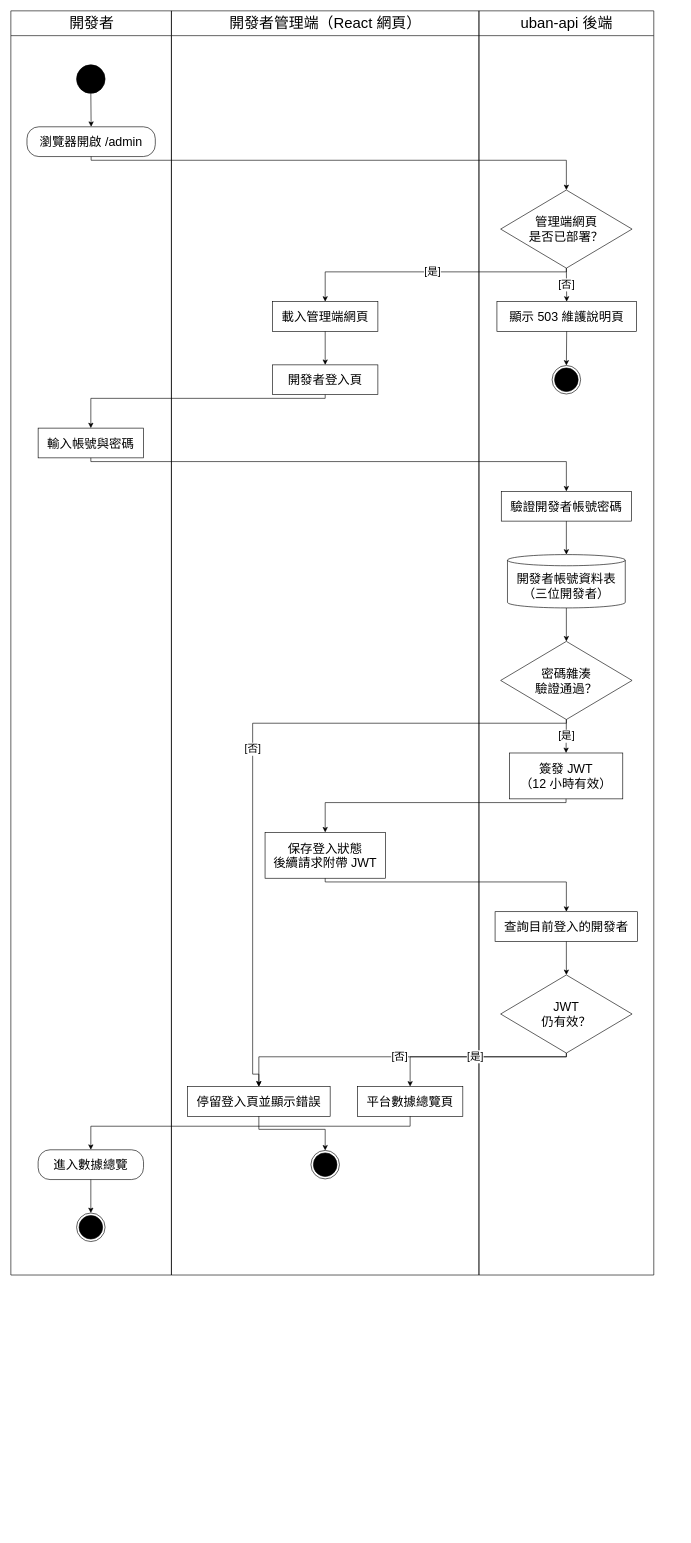
Earlier version of the draw.io diagram Uban System Documents/drawio圖/A23-開發者登入.drawio (HuangYu-Kai/Uban). Source tidied: cells renumbered, new cells numbered last; positions are measured from the earlier drawing's top-left corner, leaving out a move shared by most shapes. Both pictures are drawn from the tidied source at 62%, with x=0, y=0 at pixel (11, 11).
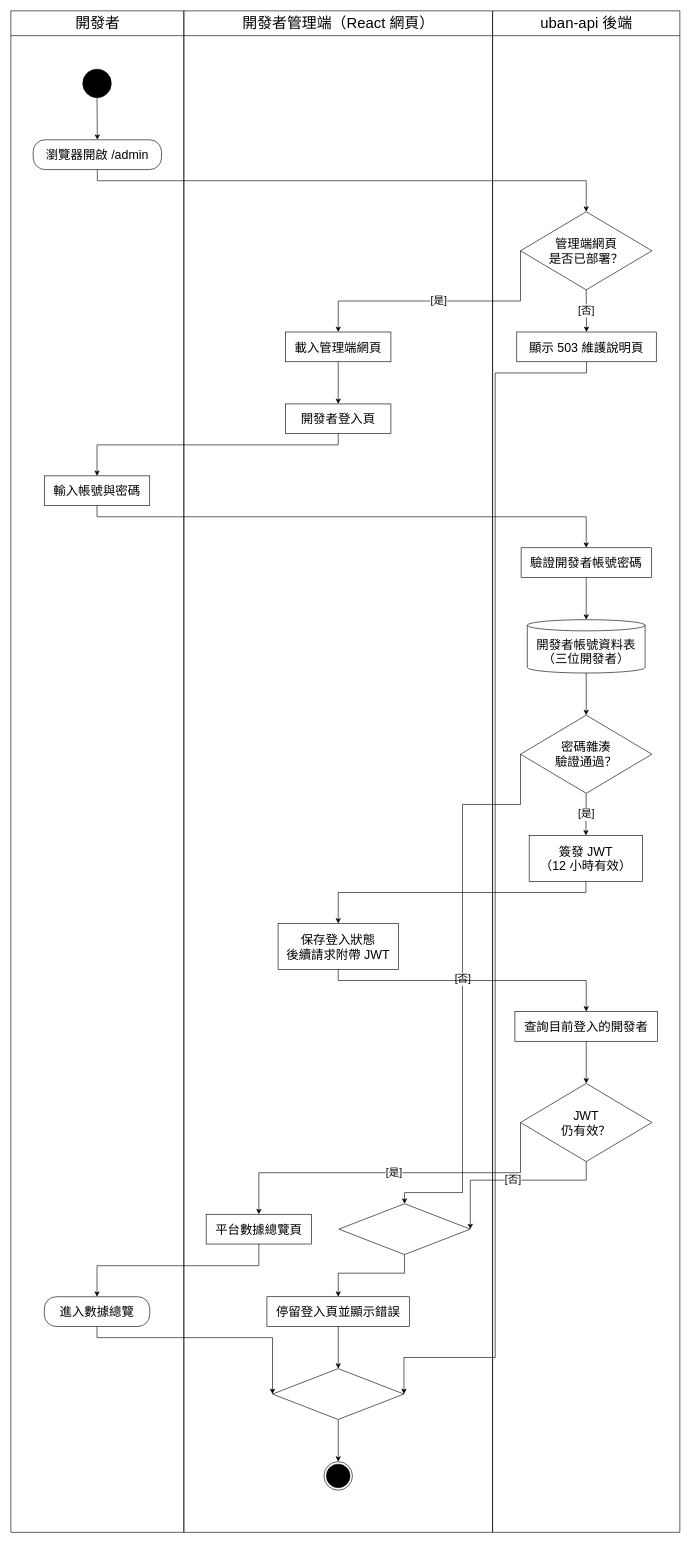
The same page after the edit.

Diff of the diagram source:
```diff
@@
     <mxCell id="2" value="開發者" style="swimlane;html=1;horizontal=1;startSize=40;fillColor=none;strokeColor=#000000;fontSize=24;fontColor=#000000;fontStyle=0;swimlaneFillColor=none;" parent="1" vertex="1">
-      <mxGeometry width="259" height="2039" as="geometry" />
+      <mxGeometry width="279" height="2454" as="geometry" />
     </mxCell>
     <mxCell id="3" value="開發者管理端（React 網頁）" style="swimlane;html=1;horizontal=1;startSize=40;fillColor=none;strokeColor=#000000;fontSize=24;fontColor=#000000;fontStyle=0;swimlaneFillColor=none;" parent="1" vertex="1">
-      <mxGeometry x="259" width="496" height="2039" as="geometry" />
+      <mxGeometry x="279" width="498" height="2454" as="geometry" />
     </mxCell>
     <mxCell id="4" value="uban-api 後端" style="swimlane;html=1;horizontal=1;startSize=40;fillColor=none;strokeColor=#000000;fontSize=24;fontColor=#000000;fontStyle=0;swimlaneFillColor=none;" parent="1" vertex="1">
-      <mxGeometry x="755" width="282" height="2039" as="geometry" />
+      <mxGeometry x="777" width="302" height="2454" as="geometry" />
     </mxCell>
     <mxCell id="5" style="ellipse;html=1;fillColor=#000000;strokeColor=#000000;" parent="2" vertex="1">
-      <mxGeometry x="106" y="87" width="46" height="46" as="geometry" />
+      <mxGeometry x="116" y="94" width="46" height="46" as="geometry" />
     </mxCell>
     <mxCell id="6" value="瀏覽器開啟 /admin" style="rounded=1;arcSize=40;whiteSpace=wrap;html=1;fillColor=#FFFFFF;strokeColor=#000000;fontSize=20;fontColor=#000000;" parent="2" vertex="1">
-      <mxGeometry x="26" y="187" width="207" height="48" as="geometry" />
+      <mxGeometry x="36" y="208" width="207" height="48" as="geometry" />
     </mxCell>
     <mxCell id="7" value="輸入帳號與密碼" style="rounded=0;whiteSpace=wrap;html=1;fillColor=#FFFFFF;strokeColor=#000000;fontSize=20;fontColor=#000000;" parent="2" vertex="1">
-      <mxGeometry x="44" y="673" width="170" height="48" as="geometry" />
+      <mxGeometry x="54" y="750" width="170" height="48" as="geometry" />
     </mxCell>
     <mxCell id="8" value="進入數據總覽" style="rounded=1;arcSize=40;whiteSpace=wrap;html=1;fillColor=#FFFFFF;strokeColor=#000000;fontSize=20;fontColor=#000000;" parent="2" vertex="1">
-      <mxGeometry x="44" y="1837" width="170" height="48" as="geometry" />
+      <mxGeometry x="54" y="2074" width="170" height="48" as="geometry" />
     </mxCell>
-    <mxCell id="9" style="ellipse;html=1;shape=endState;fillColor=#000000;strokeColor=#000000;" parent="2" vertex="1">
-      <mxGeometry x="106" y="1939" width="46" height="46" as="geometry" />
-    </mxCell>
     <mxCell id="10" value="載入管理端網頁" style="rounded=0;whiteSpace=wrap;html=1;fillColor=#FFFFFF;strokeColor=#000000;fontSize=20;fontColor=#000000;" parent="3" vertex="1">
-      <mxGeometry x="163" y="469" width="170" height="48" as="geometry" />
+      <mxGeometry x="164" y="518" width="170" height="48" as="geometry" />
     </mxCell>
     <mxCell id="11" value="開發者登入頁" style="rounded=0;whiteSpace=wrap;html=1;fillColor=#FFFFFF;strokeColor=#000000;fontSize=20;fontColor=#000000;" parent="3" vertex="1">
-      <mxGeometry x="163" y="571" width="170" height="48" as="geometry" />
+      <mxGeometry x="164" y="634" width="170" height="48" as="geometry" />
     </mxCell>
     <mxCell id="12" value="保存登入狀態&lt;br&gt;後續請求附帶 JWT" style="rounded=0;whiteSpace=wrap;html=1;fillColor=#FFFFFF;strokeColor=#000000;fontSize=20;fontColor=#000000;" parent="3" vertex="1">
-      <mxGeometry x="151" y="1325" width="194" height="74" as="geometry" />
+      <mxGeometry x="152" y="1472" width="194" height="74" as="geometry" />
     </mxCell>
     <mxCell id="13" value="停留登入頁並顯示錯誤" style="rounded=0;whiteSpace=wrap;html=1;fillColor=#FFFFFF;strokeColor=#000000;fontSize=20;fontColor=#000000;" parent="3" vertex="1">
-      <mxGeometry x="26" y="1735" width="230" height="48" as="geometry" />
+      <mxGeometry x="134" y="2074" width="230" height="48" as="geometry" />
     </mxCell>
-    <mxCell id="14" style="ellipse;html=1;shape=endState;fillColor=#000000;strokeColor=#000000;" parent="3" vertex="1">
-      <mxGeometry x="225" y="1838" width="46" height="46" as="geometry" />
-    </mxCell>
     <mxCell id="15" value="平台數據總覽頁" style="rounded=0;whiteSpace=wrap;html=1;fillColor=#FFFFFF;strokeColor=#000000;fontSize=20;fontColor=#000000;" parent="3" vertex="1">
-      <mxGeometry x="300" y="1735" width="170" height="48" as="geometry" />
+      <mxGeometry x="36" y="1941" width="170" height="48" as="geometry" />
     </mxCell>
+    <mxCell id="45" style="rhombus;whiteSpace=wrap;html=1;fillColor=#FFFFFF;strokeColor=#000000;fontSize=20;fontColor=#000000;" parent="3" vertex="1">
+      <mxGeometry x="250" y="1924" width="212" height="82" as="geometry" />
+    </mxCell>
+    <mxCell id="46" style="rhombus;whiteSpace=wrap;html=1;fillColor=#FFFFFF;strokeColor=#000000;fontSize=20;fontColor=#000000;" parent="3" vertex="1">
+      <mxGeometry x="143" y="2190" width="212" height="82" as="geometry" />
+    </mxCell>
+    <mxCell id="47" style="ellipse;html=1;shape=endState;fillColor=#000000;strokeColor=#000000;" parent="3" vertex="1">
+      <mxGeometry x="226" y="2340" width="46" height="46" as="geometry" />
+    </mxCell>
     <mxCell id="16" value="管理端網頁&lt;br&gt;是否已部署？" style="rhombus;whiteSpace=wrap;html=1;fillColor=#FFFFFF;strokeColor=#000000;fontSize=20;fontColor=#000000;" parent="4" vertex="1">
-      <mxGeometry x="35" y="289" width="212" height="126" as="geometry" />
+      <mxGeometry x="45" y="324" width="212" height="126" as="geometry" />
     </mxCell>
     <mxCell id="17" value="顯示 503 維護說明頁" style="rounded=0;whiteSpace=wrap;html=1;fillColor=#FFFFFF;strokeColor=#000000;fontSize=20;fontColor=#000000;" parent="4" vertex="1">
-      <mxGeometry x="29" y="469" width="225" height="48" as="geometry" />
+      <mxGeometry x="39" y="518" width="225" height="48" as="geometry" />
     </mxCell>
-    <mxCell id="18" style="ellipse;html=1;shape=endState;fillColor=#000000;strokeColor=#000000;" parent="4" vertex="1">
-      <mxGeometry x="118" y="572" width="46" height="46" as="geometry" />
-    </mxCell>
     <mxCell id="19" value="驗證開發者帳號密碼" style="rounded=0;whiteSpace=wrap;html=1;fillColor=#FFFFFF;strokeColor=#000000;fontSize=20;fontColor=#000000;" parent="4" vertex="1">
-      <mxGeometry x="36" y="775" width="210" height="48" as="geometry" />
+      <mxGeometry x="46" y="866" width="210" height="48" as="geometry" />
     </mxCell>
     <mxCell id="20" value="密碼雜湊&lt;br&gt;驗證通過？" style="rhombus;whiteSpace=wrap;html=1;fillColor=#FFFFFF;strokeColor=#000000;fontSize=20;fontColor=#000000;" parent="4" vertex="1">
-      <mxGeometry x="35" y="1017" width="212" height="126" as="geometry" />
+      <mxGeometry x="45" y="1136" width="212" height="126" as="geometry" />
     </mxCell>
     <mxCell id="21" value="簽發 JWT&lt;br&gt;（12 小時有效）" style="rounded=0;whiteSpace=wrap;html=1;fillColor=#FFFFFF;strokeColor=#000000;fontSize=20;fontColor=#000000;" parent="4" vertex="1">
-      <mxGeometry x="49" y="1197" width="183" height="74" as="geometry" />
+      <mxGeometry x="59" y="1330" width="183" height="74" as="geometry" />
     </mxCell>
     <mxCell id="22" value="查詢目前登入的開發者" style="rounded=0;whiteSpace=wrap;html=1;fillColor=#FFFFFF;strokeColor=#000000;fontSize=20;fontColor=#000000;" parent="4" vertex="1">
-      <mxGeometry x="26" y="1453" width="230" height="48" as="geometry" />
+      <mxGeometry x="36" y="1614" width="230" height="48" as="geometry" />
     </mxCell>
     <mxCell id="23" value="JWT&lt;br&gt;仍有效？" style="rhombus;whiteSpace=wrap;html=1;fillColor=#FFFFFF;strokeColor=#000000;fontSize=20;fontColor=#000000;" parent="4" vertex="1">
-      <mxGeometry x="35" y="1555" width="212" height="126" as="geometry" />
+      <mxGeometry x="45" y="1730" width="212" height="126" as="geometry" />
     </mxCell>
     <mxCell id="24" value="開發者帳號資料表&lt;br&gt;（三位開發者）" style="shape=cylinder3;boundedLbl=1;backgroundOutline=1;size=9;whiteSpace=wrap;html=1;fillColor=#FFFFFF;strokeColor=#000000;fontSize=20;fontColor=#000000;" parent="4" vertex="1">
-      <mxGeometry x="46" y="877" width="190" height="86" as="geometry" />
+      <mxGeometry x="56" y="982" width="190" height="86" as="geometry" />
     </mxCell>
@@
     <mxCell id="26" style="edgeStyle=none;rounded=0;html=1;strokeColor=#000000;fontSize=17;fontColor=#000000;labelBackgroundColor=#FFFFFF;endArrow=classic;endFill=1;exitPerimeter=0;entryPerimeter=0;exitX=0.5;exitY=1;exitDx=0;exitDy=0;entryX=0.5;entryY=0;entryDx=0;entryDy=0;" parent="1" edge="1" source="6" target="16">
       <mxGeometry relative="1" as="geometry">
         <Array as="points">
-          <mxPoint x="129.5" y="241" />
-          <mxPoint x="896" y="241" />
+          <mxPoint x="139.5" y="274" />
+          <mxPoint x="928" y="274" />
         </Array>
       </mxGeometry>
     </mxCell>
@@
-    <mxCell id="28" value="[是]" style="edgeStyle=none;rounded=0;html=1;strokeColor=#000000;fontSize=17;fontColor=#000000;labelBackgroundColor=#FFFFFF;endArrow=classic;endFill=1;exitPerimeter=0;entryPerimeter=0;exitX=0.5;exitY=1;exitDx=0;exitDy=0;entryX=0.5;entryY=0;entryDx=0;entryDy=0;" parent="1" edge="1" source="16" target="10">
+    <mxCell id="28" value="[是]" style="edgeStyle=none;rounded=0;html=1;strokeColor=#000000;fontSize=17;fontColor=#000000;labelBackgroundColor=#FFFFFF;endArrow=classic;endFill=1;exitPerimeter=0;entryPerimeter=0;exitX=0;exitY=0.5;exitDx=0;exitDy=0;entryX=0.5;entryY=0;entryDx=0;entryDy=0;" parent="1" edge="1" source="16" target="10">
       <mxGeometry relative="1" as="geometry">
         <Array as="points">
-          <mxPoint x="896" y="421" />
-          <mxPoint x="507" y="421" />
+          <mxPoint x="822" y="468" />
+          <mxPoint x="528" y="468" />
         </Array>
       </mxGeometry>
     </mxCell>
@@
     <mxCell id="30" style="edgeStyle=none;rounded=0;html=1;strokeColor=#000000;fontSize=17;fontColor=#000000;labelBackgroundColor=#FFFFFF;endArrow=classic;endFill=1;exitPerimeter=0;entryPerimeter=0;exitX=0.5;exitY=1;exitDx=0;exitDy=0;entryX=0.5;entryY=0;entryDx=0;entryDy=0;" parent="1" edge="1" source="11" target="7">
       <mxGeometry relative="1" as="geometry">
         <Array as="points">
-          <mxPoint x="507" y="625" />
-          <mxPoint x="129" y="625" />
+          <mxPoint x="528" y="700" />
+          <mxPoint x="139" y="700" />
         </Array>
       </mxGeometry>
     </mxCell>
     <mxCell id="31" style="edgeStyle=none;rounded=0;html=1;strokeColor=#000000;fontSize=17;fontColor=#000000;labelBackgroundColor=#FFFFFF;endArrow=classic;endFill=1;exitPerimeter=0;entryPerimeter=0;exitX=0.5;exitY=1;exitDx=0;exitDy=0;entryX=0.5;entryY=0;entryDx=0;entryDy=0;" parent="1" edge="1" source="7" target="19">
       <mxGeometry relative="1" as="geometry">
         <Array as="points">
-          <mxPoint x="129" y="727" />
-          <mxPoint x="896" y="727" />
+          <mxPoint x="139" y="816" />
+          <mxPoint x="928" y="816" />
         </Array>
       </mxGeometry>
     </mxCell>
@@
-    <mxCell id="34" value="[否]" style="edgeStyle=none;rounded=0;html=1;strokeColor=#000000;fontSize=17;fontColor=#000000;labelBackgroundColor=#FFFFFF;endArrow=classic;endFill=1;exitPerimeter=0;entryPerimeter=0;exitX=0.5;exitY=1;exitDx=0;exitDy=0;entryX=0.5;entryY=0;entryDx=0;entryDy=0;" parent="1" edge="1" source="20" target="13">
+    <mxCell id="34" value="[否]" style="edgeStyle=none;rounded=0;html=1;strokeColor=#000000;fontSize=17;fontColor=#000000;labelBackgroundColor=#FFFFFF;endArrow=classic;endFill=1;exitPerimeter=0;entryPerimeter=0;exitX=0;exitY=0.5;exitDx=0;exitDy=0;entryX=0.5;entryY=0;entryDx=0;entryDy=0;" parent="1" edge="1" source="20" target="45">
       <mxGeometry relative="1" as="geometry">
         <Array as="points">
-          <mxPoint x="896" y="1149" />
-          <mxPoint x="390" y="1149" />
-          <mxPoint x="390" y="1715" />
-          <mxPoint x="400" y="1715" />
+          <mxPoint x="822" y="1280" />
+          <mxPoint x="728.5" y="1280" />
+          <mxPoint x="728.5" y="1906" />
+          <mxPoint x="635" y="1906" />
         </Array>
       </mxGeometry>
     </mxCell>
@@
     <mxCell id="36" style="edgeStyle=none;rounded=0;html=1;strokeColor=#000000;fontSize=17;fontColor=#000000;labelBackgroundColor=#FFFFFF;endArrow=classic;endFill=1;exitPerimeter=0;entryPerimeter=0;exitX=0.5;exitY=1;exitDx=0;exitDy=0;entryX=0.5;entryY=0;entryDx=0;entryDy=0;" parent="1" edge="1" source="21" target="12">
       <mxGeometry relative="1" as="geometry">
         <Array as="points">
-          <mxPoint x="895.5" y="1277" />
-          <mxPoint x="507" y="1277" />
+          <mxPoint x="927.5" y="1422" />
+          <mxPoint x="528" y="1422" />
         </Array>
       </mxGeometry>
     </mxCell>
     <mxCell id="37" style="edgeStyle=none;rounded=0;html=1;strokeColor=#000000;fontSize=17;fontColor=#000000;labelBackgroundColor=#FFFFFF;endArrow=classic;endFill=1;exitPerimeter=0;entryPerimeter=0;exitX=0.5;exitY=1;exitDx=0;exitDy=0;entryX=0.5;entryY=0;entryDx=0;entryDy=0;" parent="1" edge="1" source="12" target="22">
       <mxGeometry relative="1" as="geometry">
         <Array as="points">
-          <mxPoint x="507" y="1405" />
-          <mxPoint x="896" y="1405" />
+          <mxPoint x="528" y="1564" />
+          <mxPoint x="928" y="1564" />
         </Array>
       </mxGeometry>
     </mxCell>
@@
-    <mxCell id="39" value="[否]" style="edgeStyle=none;rounded=0;html=1;strokeColor=#000000;fontSize=17;fontColor=#000000;labelBackgroundColor=#FFFFFF;endArrow=classic;endFill=1;exitPerimeter=0;entryPerimeter=0;exitX=0.5;exitY=1;exitDx=0;exitDy=0;entryX=0.5;entryY=0;entryDx=0;entryDy=0;" parent="1" edge="1" source="23" target="13">
+    <mxCell id="39" value="[否]" style="edgeStyle=none;rounded=0;html=1;strokeColor=#000000;fontSize=17;fontColor=#000000;labelBackgroundColor=#FFFFFF;endArrow=classic;endFill=1;exitPerimeter=0;entryPerimeter=0;exitX=0.5;exitY=1;exitDx=0;exitDy=0;entryX=1;entryY=0.5;entryDx=0;entryDy=0;" parent="1" edge="1" source="23" target="45">
       <mxGeometry relative="1" as="geometry">
         <Array as="points">
-          <mxPoint x="896" y="1687" />
-          <mxPoint x="400" y="1687" />
+          <mxPoint x="928" y="1886" />
+          <mxPoint x="741" y="1886" />
         </Array>
       </mxGeometry>
     </mxCell>
-    <mxCell id="40" value="[是]" style="edgeStyle=none;rounded=0;html=1;strokeColor=#000000;fontSize=17;fontColor=#000000;labelBackgroundColor=#FFFFFF;endArrow=classic;endFill=1;exitPerimeter=0;entryPerimeter=0;exitX=0.5;exitY=1;exitDx=0;exitDy=0;entryX=0.5;entryY=0;entryDx=0;entryDy=0;" parent="1" edge="1" source="23" target="15">
+    <mxCell id="40" value="[是]" style="edgeStyle=none;rounded=0;html=1;strokeColor=#000000;fontSize=17;fontColor=#000000;labelBackgroundColor=#FFFFFF;endArrow=classic;endFill=1;exitPerimeter=0;entryPerimeter=0;exitX=0;exitY=0.5;exitDx=0;exitDy=0;entryX=0.5;entryY=0;entryDx=0;entryDy=0;" parent="1" edge="1" source="23" target="15">
       <mxGeometry relative="1" as="geometry">
         <Array as="points">
-          <mxPoint x="896" y="1687" />
-          <mxPoint x="644" y="1687" />
+          <mxPoint x="822" y="1874" />
+          <mxPoint x="400" y="1874" />
         </Array>
       </mxGeometry>
     </mxCell>
     <mxCell id="41" style="edgeStyle=none;rounded=0;html=1;strokeColor=#000000;fontSize=17;fontColor=#000000;labelBackgroundColor=#FFFFFF;endArrow=classic;endFill=1;exitPerimeter=0;entryPerimeter=0;exitX=0.5;exitY=1;exitDx=0;exitDy=0;entryX=0.5;entryY=0;entryDx=0;entryDy=0;" parent="1" edge="1" source="15" target="8">
       <mxGeometry relative="1" as="geometry">
         <Array as="points">
-          <mxPoint x="644" y="1799" />
-          <mxPoint x="129" y="1799" />
+          <mxPoint x="400" y="2024" />
+          <mxPoint x="139" y="2024" />
         </Array>
       </mxGeometry>
     </mxCell>
-    <mxCell id="42" style="edgeStyle=none;rounded=0;html=1;strokeColor=#000000;fontSize=17;fontColor=#000000;labelBackgroundColor=#FFFFFF;endArrow=classic;endFill=1;exitPerimeter=0;entryPerimeter=0;exitX=0.5;exitY=1;exitDx=0;exitDy=0;entryX=0.5;entryY=0;entryDx=0;entryDy=0;" parent="1" edge="1" source="8" target="9">
-      <mxGeometry relative="1" as="geometry" />
+    <mxCell id="42" style="edgeStyle=none;rounded=0;html=1;strokeColor=#000000;fontSize=17;fontColor=#000000;labelBackgroundColor=#FFFFFF;endArrow=classic;endFill=1;exitPerimeter=0;entryPerimeter=0;exitX=0.5;exitY=1;exitDx=0;exitDy=0;entryX=0;entryY=0.5;entryDx=0;entryDy=0;" parent="1" edge="1" source="8" target="46">
+      <mxGeometry relative="1" as="geometry">
+        <Array as="points">
+          <mxPoint x="139" y="2140" />
+          <mxPoint x="422" y="2140" />
+        </Array>
+      </mxGeometry>
     </mxCell>
-    <mxCell id="43" style="edgeStyle=none;rounded=0;html=1;strokeColor=#000000;fontSize=17;fontColor=#000000;labelBackgroundColor=#FFFFFF;endArrow=classic;endFill=1;exitPerimeter=0;entryPerimeter=0;exitX=0.5;exitY=1;exitDx=0;exitDy=0;entryX=0.5;entryY=0;entryDx=0;entryDy=0;" parent="1" edge="1" source="13" target="14">
-      <mxGeometry relative="1" as="geometry">
-        <Array as="points">
-          <mxPoint x="400" y="1804" />
-          <mxPoint x="507" y="1804" />
-        </Array>
-      </mxGeometry>
+    <mxCell id="43" style="edgeStyle=none;rounded=0;html=1;strokeColor=#000000;fontSize=17;fontColor=#000000;labelBackgroundColor=#FFFFFF;endArrow=classic;endFill=1;exitPerimeter=0;entryPerimeter=0;exitX=0.5;exitY=1;exitDx=0;exitDy=0;entryX=0.5;entryY=0;entryDx=0;entryDy=0;" parent="1" edge="1" source="13" target="46">
+      <mxGeometry relative="1" as="geometry" />
     </mxCell>
-    <mxCell id="44" style="edgeStyle=none;rounded=0;html=1;strokeColor=#000000;fontSize=17;fontColor=#000000;labelBackgroundColor=#FFFFFF;endArrow=classic;endFill=1;exitPerimeter=0;entryPerimeter=0;exitX=0.5;exitY=1;exitDx=0;exitDy=0;entryX=0.5;entryY=0;entryDx=0;entryDy=0;" parent="1" edge="1" source="17" target="18">
-      <mxGeometry relative="1" as="geometry" />
+    <mxCell id="44" style="edgeStyle=none;rounded=0;html=1;strokeColor=#000000;fontSize=17;fontColor=#000000;labelBackgroundColor=#FFFFFF;endArrow=classic;endFill=1;exitPerimeter=0;entryPerimeter=0;exitX=0.5;exitY=1;exitDx=0;exitDy=0;entryX=1;entryY=0.5;entryDx=0;entryDy=0;" parent="1" edge="1" source="17" target="46">
+      <mxGeometry relative="1" as="geometry">
+        <Array as="points">
+          <mxPoint x="928.5" y="584" />
+          <mxPoint x="781.2" y="584" />
+          <mxPoint x="781.2" y="2172" />
+          <mxPoint x="634" y="2172" />
+        </Array>
+      </mxGeometry>
     </mxCell>
+    <mxCell id="48" style="edgeStyle=none;rounded=0;html=1;strokeColor=#000000;fontSize=17;fontColor=#000000;labelBackgroundColor=#FFFFFF;endArrow=classic;endFill=1;exitPerimeter=0;entryPerimeter=0;exitX=0.5;exitY=1;exitDx=0;exitDy=0;entryX=0.5;entryY=0;entryDx=0;entryDy=0;" parent="1" edge="1" source="45" target="13">
+      <mxGeometry relative="1" as="geometry">
+        <Array as="points">
+          <mxPoint x="635" y="2036" />
+          <mxPoint x="528" y="2036" />
+        </Array>
+      </mxGeometry>
+    </mxCell>
+    <mxCell id="49" style="edgeStyle=none;rounded=0;html=1;strokeColor=#000000;fontSize=17;fontColor=#000000;labelBackgroundColor=#FFFFFF;endArrow=classic;endFill=1;exitPerimeter=0;entryPerimeter=0;exitX=0.5;exitY=1;exitDx=0;exitDy=0;entryX=0.5;entryY=0;entryDx=0;entryDy=0;" parent="1" edge="1" source="46" target="47">
+      <mxGeometry relative="1" as="geometry" />
+    </mxCell>
```
